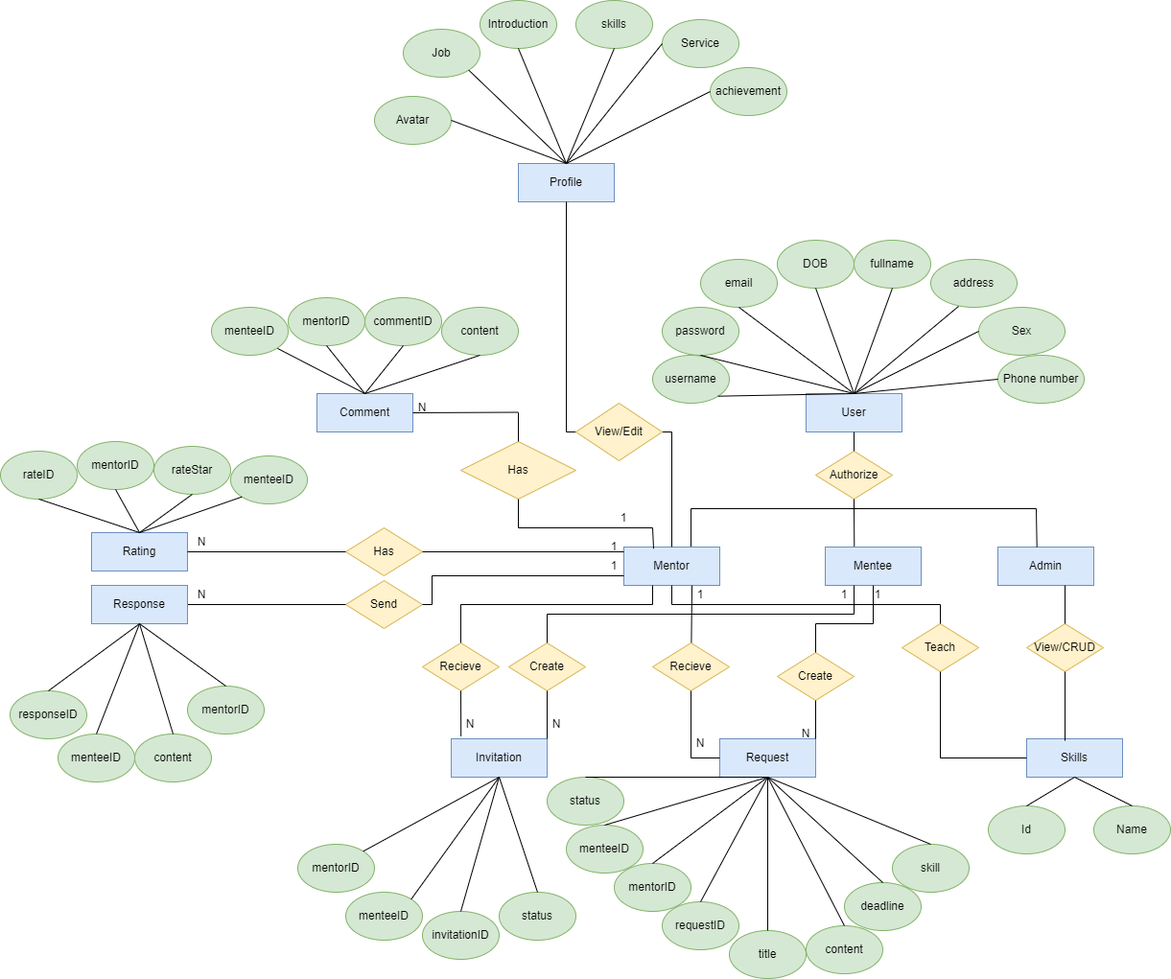
Above: ERD.drawio.png in dungdt23/SWP391_Document (draw.io), before the change. Source tidied: cells renumbered, new cells last; positions are measured from the earlier drawing's top-left corner, leaving out a move shared by most shapes.
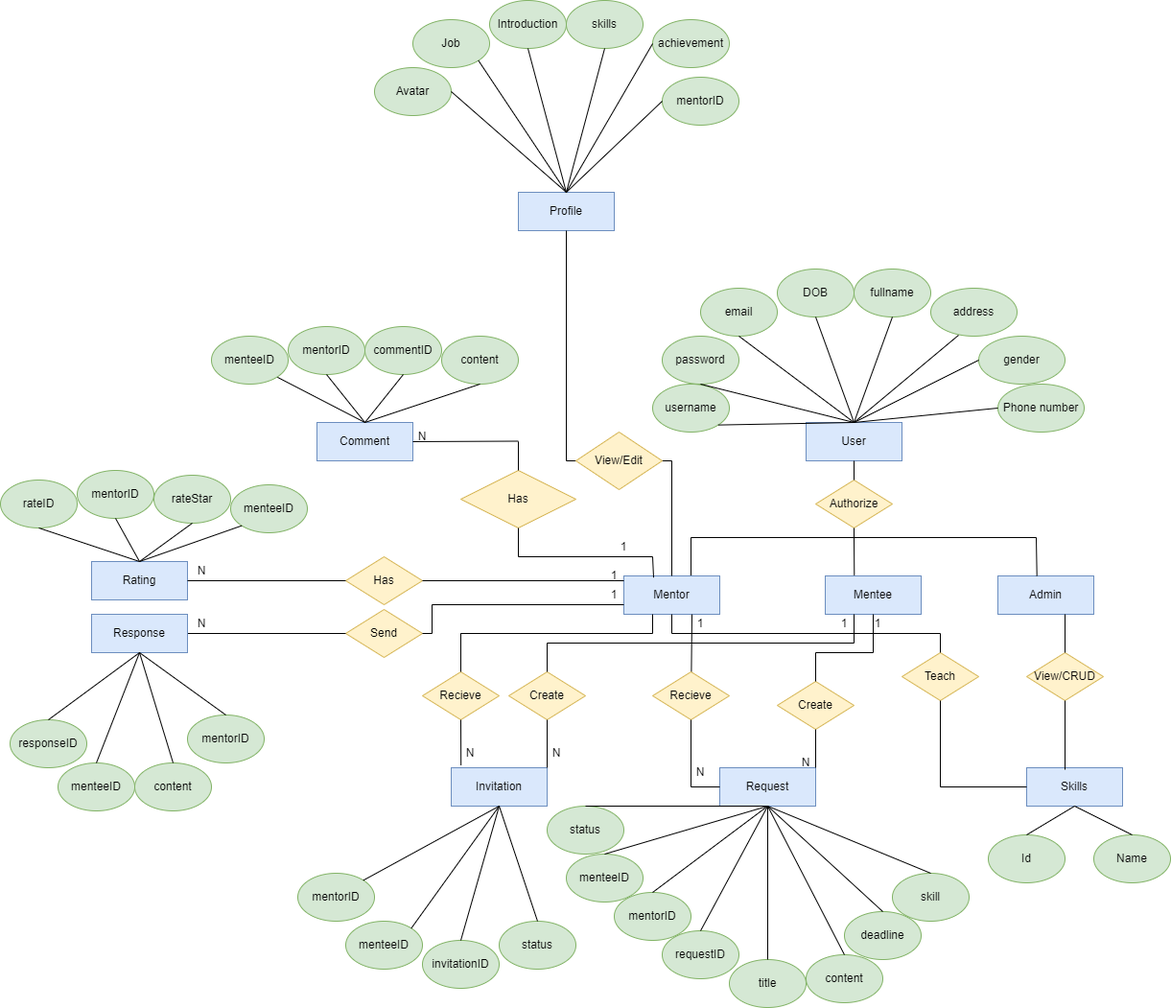
After the commit.

The edit, as a diff of the source:
```diff
@@ -476,19 +476,16 @@
       <mxGeometry x="600" y="420" width="90" height="60" as="geometry" />
     </mxCell>
     <mxCell id="131" value="Avatar" style="ellipse;whiteSpace=wrap;html=1;align=center;fillColor=#d5e8d4;strokeColor=#82b366;" parent="1" vertex="1">
-      <mxGeometry x="390" y="100" width="80" height="50" as="geometry" />
+      <mxGeometry x="390" y="40" width="80" height="50" as="geometry" />
     </mxCell>
     <mxCell id="132" value="Job" style="ellipse;whiteSpace=wrap;html=1;align=center;fillColor=#d5e8d4;strokeColor=#82b366;" parent="1" vertex="1">
-      <mxGeometry x="420" y="30" width="80" height="50" as="geometry" />
+      <mxGeometry x="430" y="-10" width="80" height="50" as="geometry" />
     </mxCell>
     <mxCell id="133" value="Introduction" style="ellipse;whiteSpace=wrap;html=1;align=center;fillColor=#d5e8d4;strokeColor=#82b366;" parent="1" vertex="1">
-      <mxGeometry x="500" width="80" height="50" as="geometry" />
+      <mxGeometry x="510" y="-30" width="80" height="50" as="geometry" />
     </mxCell>
-    <mxCell id="134" value="Service" style="ellipse;whiteSpace=wrap;html=1;align=center;fillColor=#d5e8d4;strokeColor=#82b366;" parent="1" vertex="1">
-      <mxGeometry x="690" y="20" width="80" height="50" as="geometry" />
-    </mxCell>
     <mxCell id="135" value="skills" style="ellipse;whiteSpace=wrap;html=1;align=center;fillColor=#d5e8d4;strokeColor=#82b366;" parent="1" vertex="1">
-      <mxGeometry x="600" width="80" height="50" as="geometry" />
+      <mxGeometry x="590" y="-30" width="80" height="50" as="geometry" />
     </mxCell>
     <mxCell id="136" style="endArrow=none;html=1;rounded=0;entryX=0.5;entryY=1;entryDx=0;entryDy=0;exitX=0.5;exitY=0;exitDx=0;exitDy=0;" parent="1" edge="1" source="126" target="133">
       <mxGeometry relative="1" as="geometry" />
@@ -496,11 +493,8 @@
     <mxCell id="137" style="endArrow=none;html=1;rounded=0;entryX=0.5;entryY=1;entryDx=0;entryDy=0;exitX=0.5;exitY=0;exitDx=0;exitDy=0;" parent="1" edge="1" source="126" target="135">
       <mxGeometry relative="1" as="geometry" />
     </mxCell>
-    <mxCell id="138" style="endArrow=none;html=1;rounded=0;entryX=0;entryY=0.5;entryDx=0;entryDy=0;exitX=0.5;exitY=0;exitDx=0;exitDy=0;" parent="1" edge="1" source="126" target="134">
-      <mxGeometry relative="1" as="geometry" />
-    </mxCell>
     <mxCell id="139" value="achievement" style="ellipse;whiteSpace=wrap;html=1;align=center;fillColor=#d5e8d4;strokeColor=#82b366;" parent="1" vertex="1">
-      <mxGeometry x="740" y="70" width="80" height="50" as="geometry" />
+      <mxGeometry x="680" y="-10" width="80" height="50" as="geometry" />
     </mxCell>
     <mxCell id="140" style="endArrow=none;html=1;rounded=0;entryX=1;entryY=1;entryDx=0;entryDy=0;exitX=0.5;exitY=0;exitDx=0;exitDy=0;" parent="1" edge="1" source="126" target="132">
       <mxGeometry relative="1" as="geometry" />
@@ -511,7 +505,7 @@
     <mxCell id="142" style="endArrow=none;html=1;rounded=0;entryX=0;entryY=0.5;entryDx=0;entryDy=0;exitX=0.5;exitY=0;exitDx=0;exitDy=0;" parent="1" edge="1" source="126" target="139">
       <mxGeometry relative="1" as="geometry" />
     </mxCell>
-    <mxCell id="143" value="Sex" style="ellipse;whiteSpace=wrap;html=1;align=center;fillColor=#d5e8d4;strokeColor=#82b366;" parent="1" vertex="1">
+    <mxCell id="143" value="gender" style="ellipse;whiteSpace=wrap;html=1;align=center;fillColor=#d5e8d4;strokeColor=#82b366;" parent="1" vertex="1">
       <mxGeometry x="1020" y="320" width="90" height="50" as="geometry" />
     </mxCell>
     <mxCell id="144" style="endArrow=none;html=1;rounded=0;entryX=0;entryY=0.5;entryDx=0;entryDy=0;" parent="1" edge="1" target="143">
@@ -566,5 +560,11 @@
     <mxCell id="159" style="endArrow=none;html=1;rounded=0;entryX=0;entryY=1;entryDx=0;entryDy=0;exitX=0.5;exitY=0;exitDx=0;exitDy=0;" parent="1" edge="1" source="54" target="156">
       <mxGeometry relative="1" as="geometry" />
     </mxCell>
+    <mxCell id="160" value="mentorID" style="ellipse;whiteSpace=wrap;html=1;align=center;fillColor=#d5e8d4;strokeColor=#82b366;" parent="1" vertex="1">
+      <mxGeometry x="690" y="50" width="80" height="50" as="geometry" />
+    </mxCell>
+    <mxCell id="161" style="endArrow=none;html=1;rounded=0;entryX=0;entryY=0.5;entryDx=0;entryDy=0;exitX=0.5;exitY=0;exitDx=0;exitDy=0;" parent="1" edge="1" source="126" target="160">
+      <mxGeometry relative="1" as="geometry" />
+    </mxCell>
   </root>
 </mxGraphModel>
```
